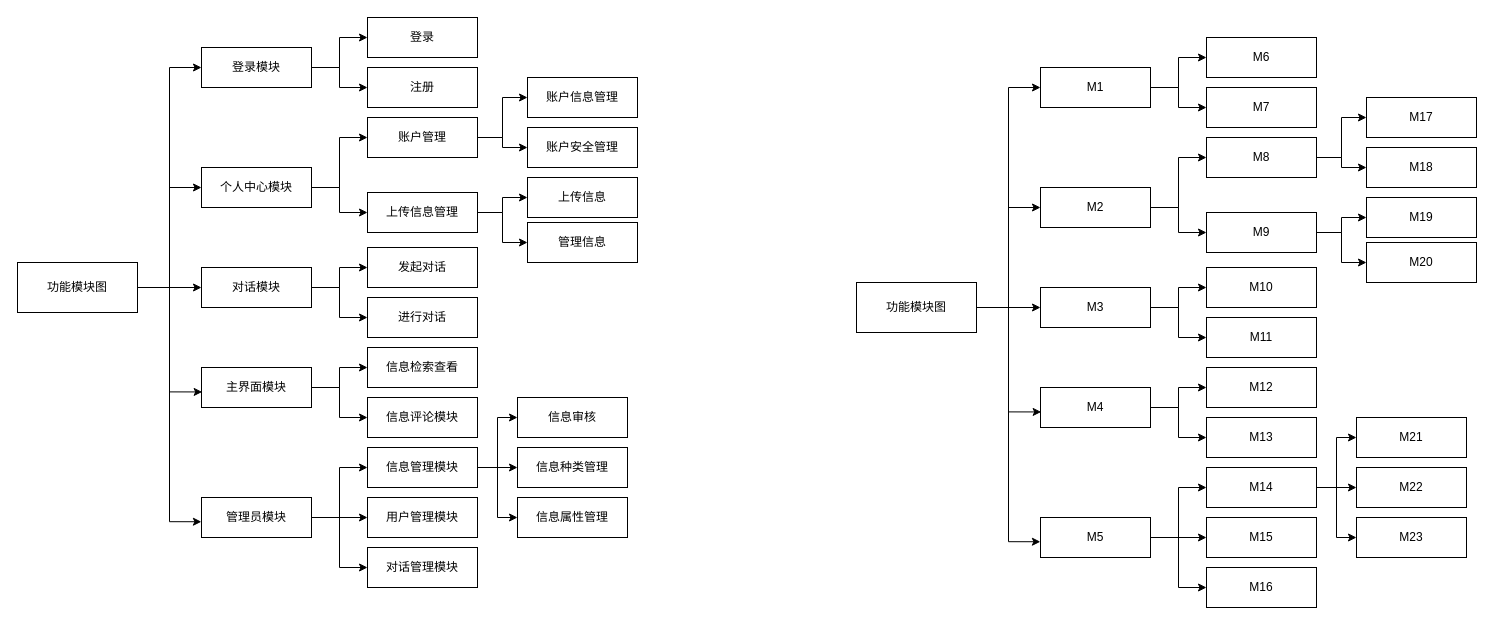
Above: page "集成测试" (11 of 11) of 校园信息发布平台流程图.drawio in zzsbz/infodeli_drawio (draw.io), before the change. Source tidied: cells renumbered, new cells numbered last; positions are measured from the earlier drawing's top-left corner, leaving out a move shared by most shapes. Both pictures are drawn from the tidied source at 100%, with x=0, y=0 at pixel (17, 17).
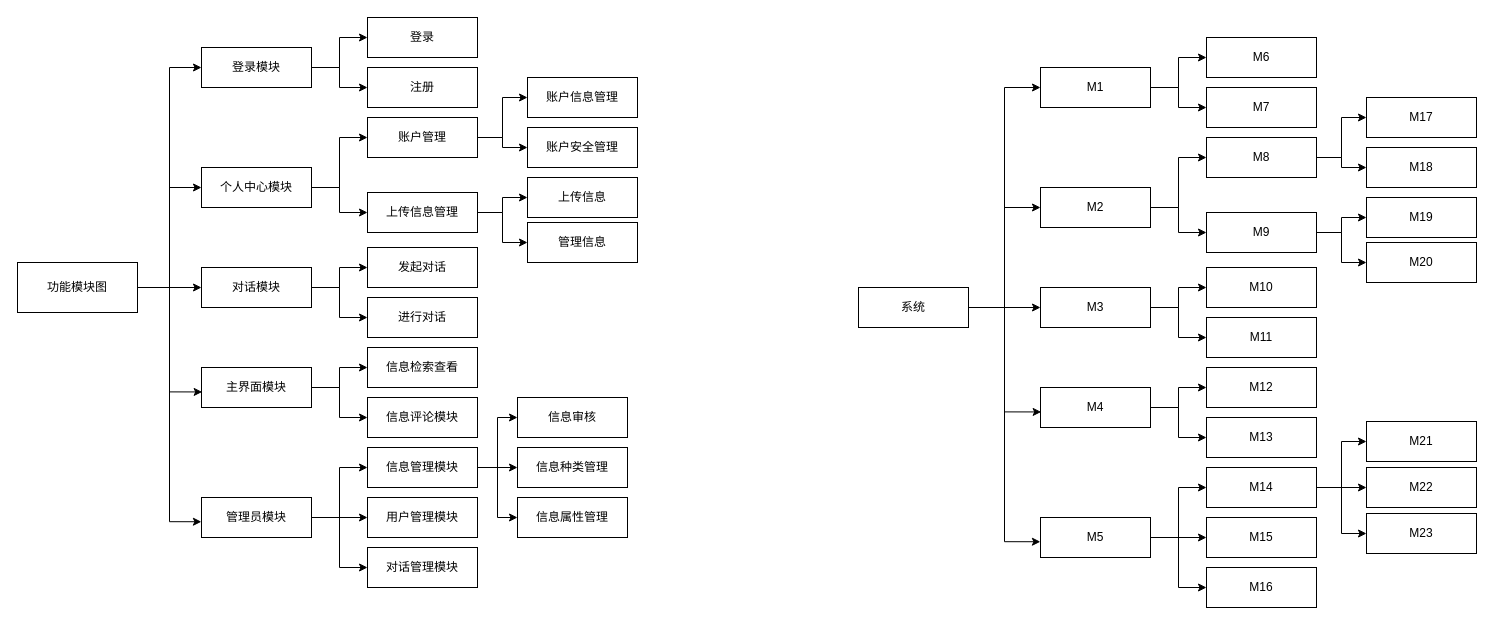
After the change.

The change refers to these unchanged cells:
```xml
<mxCell id="91" value="M14" style="rounded=0;whiteSpace=wrap;html=1;" parent="1" vertex="1">
  <mxGeometry x="1189" y="450" width="110" height="40" as="geometry" />
</mxCell>
```

Diff of the diagram source:
```diff
@@
-    <mxCell id="54" value="功能模块图" style="rounded=0;whiteSpace=wrap;html=1;" parent="1" vertex="1">
-      <mxGeometry x="839" y="265" width="120" height="50" as="geometry" />
+    <mxCell id="54" value="系统" style="rounded=0;whiteSpace=wrap;html=1;" parent="1" vertex="1">
+      <mxGeometry x="841" y="270" width="110" height="40" as="geometry" />
     </mxCell>
@@
     <mxCell id="85" value="M21" style="rounded=0;whiteSpace=wrap;html=1;" parent="1" vertex="1">
-      <mxGeometry x="1339" y="400" width="110" height="40" as="geometry" />
+      <mxGeometry x="1349" y="404" width="110" height="40" as="geometry" />
     </mxCell>
@@
-    <mxCell id="88" style="edgeStyle=orthogonalEdgeStyle;rounded=0;jettySize=auto;html=1;exitX=1;exitY=0.5;exitDx=0;exitDy=0;" parent="1" edge="1" source="91" target="85">
-      <mxGeometry relative="1" as="geometry">
-        <Array as="points">
-          <mxPoint x="1319" y="470" />
-          <mxPoint x="1319" y="420" />
-        </Array>
-      </mxGeometry>
+    <mxCell id="88" style="edgeStyle=orthogonalEdgeStyle;rounded=0;jettySize=auto;html=1;exitX=1;exitY=0.5;exitDx=0;exitDy=0;entryX=0;entryY=0.5;entryDx=0;entryDy=0;" parent="1" edge="1" source="91" target="85">
+      <mxGeometry relative="1" as="geometry" />
     </mxCell>
@@
     <mxCell id="92" value="M22" style="rounded=0;whiteSpace=wrap;html=1;" parent="1" vertex="1">
-      <mxGeometry x="1339" y="450" width="110" height="40" as="geometry" />
+      <mxGeometry x="1349" y="450" width="110" height="40" as="geometry" />
     </mxCell>
     <mxCell id="93" value="M23" style="rounded=0;whiteSpace=wrap;html=1;" parent="1" vertex="1">
-      <mxGeometry x="1339" y="500" width="110" height="40" as="geometry" />
+      <mxGeometry x="1349" y="496" width="110" height="40" as="geometry" />
     </mxCell>
```
